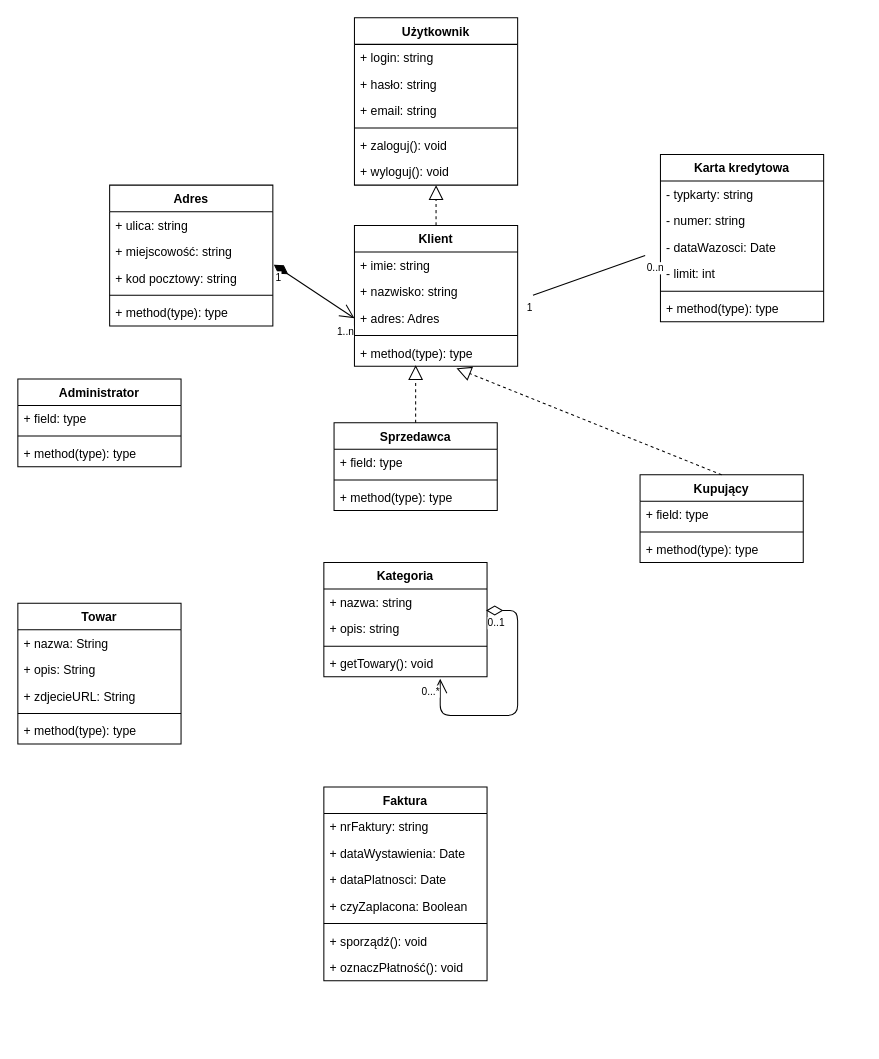
The draw.io diagram Diagram_klas.drawio in kamilmix/e-learning_UCD, before the edit. Source tidied: cells renumbered, new cells numbered last; positions are measured from the earlier drawing's top-left corner, leaving out a move shared by most shapes. Both pictures are drawn from the tidied source at 102%, with x=0, y=0 at pixel (17, 17).
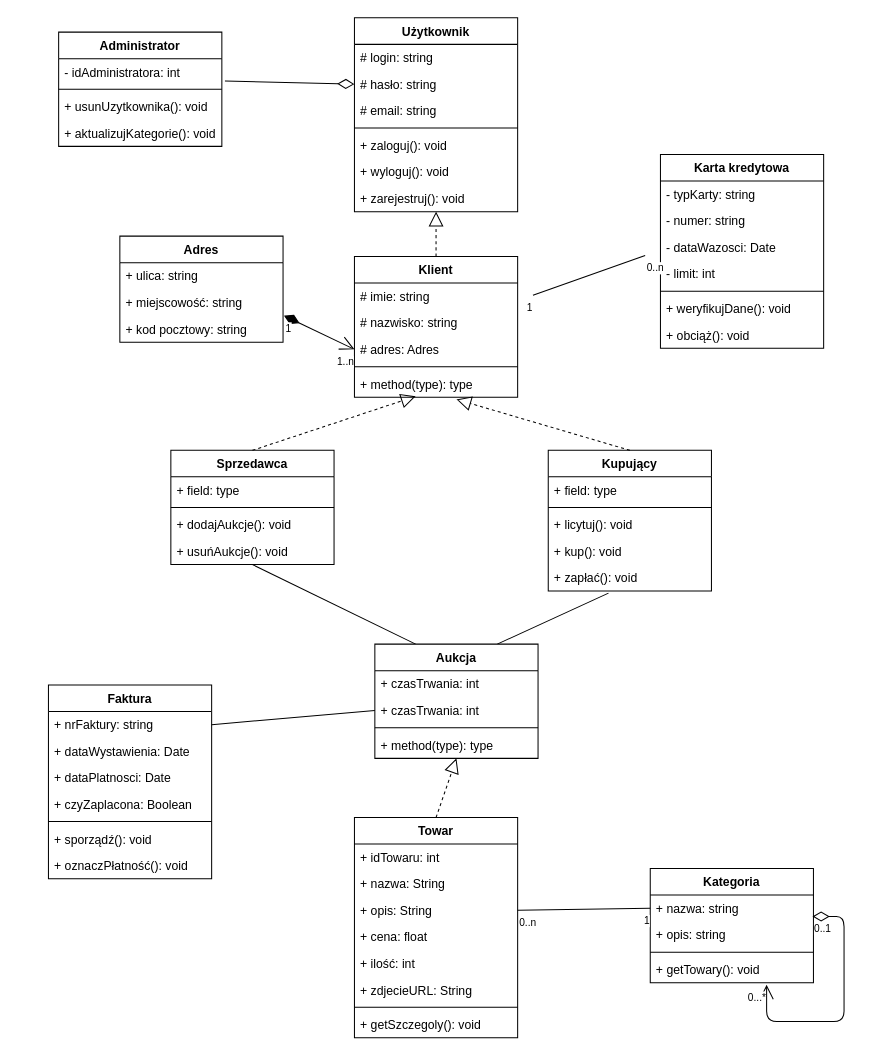
The same diagram, later.

The change refers to these unchanged cells:
```xml
<mxCell id="41" value="+ nazwa: string" style="text;strokeColor=none;fillColor=none;align=left;verticalAlign=top;spacingLeft=4;spacingRight=4;overflow=hidden;points=[[0,0.5],[1,0.5]];portConstraint=eastwest;" parent="40" vertex="1">
  <mxGeometry y="26" width="160" height="26" as="geometry" />
</mxCell>
<mxCell id="55" value="+ nrFaktury: string" style="text;strokeColor=none;fillColor=none;align=left;verticalAlign=top;spacingLeft=4;spacingRight=4;overflow=hidden;points=[[0,0.5],[1,0.5]];portConstraint=eastwest;" parent="54" vertex="1">
  <mxGeometry y="26" width="160" height="26" as="geometry" />
</mxCell>
```

What changed in the source:
```diff
@@
     <mxCell id="2" value="Użytkownik" style="swimlane;fontStyle=1;align=center;verticalAlign=top;horizontal=1;startSize=26;" parent="1" vertex="1">
-      <mxGeometry x="330" width="160" height="164" as="geometry" />
+      <mxGeometry x="330" width="160" height="190" as="geometry" />
     </mxCell>
-    <mxCell id="3" value="+ login: string&#10;" style="text;strokeColor=none;fillColor=none;align=left;verticalAlign=top;spacingLeft=4;spacingRight=4;overflow=hidden;" parent="2" vertex="1">
+    <mxCell id="3" value="# login: string&#10;" style="text;strokeColor=none;fillColor=none;align=left;verticalAlign=top;spacingLeft=4;spacingRight=4;overflow=hidden;" parent="2" vertex="1">
       <mxGeometry y="26" width="160" height="26" as="geometry" />
     </mxCell>
-    <mxCell id="4" value="+ hasło: string&#10;" style="text;strokeColor=none;fillColor=none;align=left;verticalAlign=top;spacingLeft=4;spacingRight=4;overflow=hidden;points=[[0,0.5],[1,0.5]];portConstraint=eastwest;" parent="2" vertex="1">
+    <mxCell id="4" value="# hasło: string&#10;" style="text;strokeColor=none;fillColor=none;align=left;verticalAlign=top;spacingLeft=4;spacingRight=4;overflow=hidden;points=[[0,0.5],[1,0.5]];portConstraint=eastwest;" parent="2" vertex="1">
       <mxGeometry y="52" width="160" height="26" as="geometry" />
     </mxCell>
-    <mxCell id="5" value="+ email: string&#10;" style="text;strokeColor=none;fillColor=none;align=left;verticalAlign=top;spacingLeft=4;spacingRight=4;overflow=hidden;" parent="2" vertex="1">
+    <mxCell id="5" value="# email: string&#10;" style="text;strokeColor=none;fillColor=none;align=left;verticalAlign=top;spacingLeft=4;spacingRight=4;overflow=hidden;" parent="2" vertex="1">
       <mxGeometry y="78" width="160" height="26" as="geometry" />
     </mxCell>
@@
+    <mxCell id="71" value="+ zarejestruj(): void" style="text;strokeColor=none;fillColor=none;align=left;verticalAlign=top;spacingLeft=4;spacingRight=4;overflow=hidden;" parent="2" vertex="1">
+      <mxGeometry y="164" width="160" height="26" as="geometry" />
+    </mxCell>
     <mxCell id="9" value="Adres" style="swimlane;fontStyle=1;align=center;verticalAlign=top;horizontal=1;startSize=26;" parent="1" vertex="1">
-      <mxGeometry x="90" y="164" width="160" height="138" as="geometry" />
+      <mxGeometry x="100" y="214" width="160" height="104" as="geometry" />
     </mxCell>
@@
-    <mxCell id="13" style="line;strokeWidth=1;fillColor=none;align=left;verticalAlign=middle;spacingTop=-1;spacingLeft=3;spacingRight=3;labelPosition=right;" parent="9" vertex="1">
-      <mxGeometry y="104" width="160" height="8" as="geometry" />
-    </mxCell>
-    <mxCell id="14" value="+ method(type): type" style="text;strokeColor=none;fillColor=none;align=left;verticalAlign=top;spacingLeft=4;spacingRight=4;overflow=hidden;" parent="9" vertex="1">
-      <mxGeometry y="112" width="160" height="26" as="geometry" />
-    </mxCell>
     <mxCell id="15" value="Karta kredytowa" style="swimlane;fontStyle=1;align=center;verticalAlign=top;horizontal=1;startSize=26;" parent="1" vertex="1">
-      <mxGeometry x="630" y="134" width="160" height="164" as="geometry" />
+      <mxGeometry x="630" y="134" width="160" height="190" as="geometry" />
     </mxCell>
-    <mxCell id="16" value="- typkarty: string" style="text;strokeColor=none;fillColor=none;align=left;verticalAlign=top;spacingLeft=4;spacingRight=4;overflow=hidden;" parent="15" vertex="1">
+    <mxCell id="16" value="- typKarty: string" style="text;strokeColor=none;fillColor=none;align=left;verticalAlign=top;spacingLeft=4;spacingRight=4;overflow=hidden;" parent="15" vertex="1">
       <mxGeometry y="26" width="160" height="26" as="geometry" />
     </mxCell>
@@
-    <mxCell id="21" value="+ method(type): type" style="text;strokeColor=none;fillColor=none;align=left;verticalAlign=top;spacingLeft=4;spacingRight=4;overflow=hidden;" parent="15" vertex="1">
+    <mxCell id="21" value="+ weryfikujDane(): void" style="text;strokeColor=none;fillColor=none;align=left;verticalAlign=top;spacingLeft=4;spacingRight=4;overflow=hidden;" parent="15" vertex="1">
       <mxGeometry y="138" width="160" height="26" as="geometry" />
     </mxCell>
+    <mxCell id="72" value="+ obciąż(): void" style="text;strokeColor=none;fillColor=none;align=left;verticalAlign=top;spacingLeft=4;spacingRight=4;overflow=hidden;" parent="15" vertex="1">
+      <mxGeometry y="164" width="160" height="26" as="geometry" />
+    </mxCell>
     <mxCell id="22" value="Administrator" style="swimlane;fontStyle=1;align=center;verticalAlign=top;horizontal=1;startSize=26;" parent="1" vertex="1">
-      <mxGeometry y="354" width="160" height="86" as="geometry" />
+      <mxGeometry x="40" y="14" width="160" height="112" as="geometry" />
     </mxCell>
-    <mxCell id="23" value="+ field: type" style="text;strokeColor=none;fillColor=none;align=left;verticalAlign=top;spacingLeft=4;spacingRight=4;overflow=hidden;points=[[0,0.5],[1,0.5]];portConstraint=eastwest;" parent="22" vertex="1">
+    <mxCell id="23" value="- idAdministratora: int" style="text;strokeColor=none;fillColor=none;align=left;verticalAlign=top;spacingLeft=4;spacingRight=4;overflow=hidden;points=[[0,0.5],[1,0.5]];portConstraint=eastwest;" parent="22" vertex="1">
       <mxGeometry y="26" width="160" height="26" as="geometry" />
     </mxCell>
@@
-    <mxCell id="25" value="+ method(type): type" style="text;strokeColor=none;fillColor=none;align=left;verticalAlign=top;spacingLeft=4;spacingRight=4;overflow=hidden;" parent="22" vertex="1">
+    <mxCell id="25" value="+ usunUzytkownika(): void" style="text;strokeColor=none;fillColor=none;align=left;verticalAlign=top;spacingLeft=4;spacingRight=4;overflow=hidden;" parent="22" vertex="1">
       <mxGeometry y="60" width="160" height="26" as="geometry" />
     </mxCell>
+    <mxCell id="73" value="+ aktualizujKategorie(): void" style="text;strokeColor=none;fillColor=none;align=left;verticalAlign=top;spacingLeft=4;spacingRight=4;overflow=hidden;" parent="22" vertex="1">
+      <mxGeometry y="86" width="160" height="26" as="geometry" />
+    </mxCell>
     <mxCell id="26" value="Klient" style="swimlane;fontStyle=1;align=center;verticalAlign=top;horizontal=1;startSize=26;" parent="1" vertex="1">
-      <mxGeometry x="330" y="203.5" width="160" height="138" as="geometry" />
+      <mxGeometry x="330" y="234" width="160" height="138" as="geometry" />
     </mxCell>
-    <mxCell id="27" value="+ imie: string" style="text;strokeColor=none;fillColor=none;align=left;verticalAlign=top;spacingLeft=4;spacingRight=4;overflow=hidden;" parent="26" vertex="1">
+    <mxCell id="27" value="# imie: string" style="text;strokeColor=none;fillColor=none;align=left;verticalAlign=top;spacingLeft=4;spacingRight=4;overflow=hidden;" parent="26" vertex="1">
       <mxGeometry y="26" width="160" height="26" as="geometry" />
     </mxCell>
-    <mxCell id="28" value="+ nazwisko: string" style="text;strokeColor=none;fillColor=none;align=left;verticalAlign=top;spacingLeft=4;spacingRight=4;overflow=hidden;" parent="26" vertex="1">
+    <mxCell id="28" value="# nazwisko: string" style="text;strokeColor=none;fillColor=none;align=left;verticalAlign=top;spacingLeft=4;spacingRight=4;overflow=hidden;" parent="26" vertex="1">
       <mxGeometry y="52" width="160" height="26" as="geometry" />
     </mxCell>
-    <mxCell id="29" value="+ adres: Adres" style="text;strokeColor=none;fillColor=none;align=left;verticalAlign=top;spacingLeft=4;spacingRight=4;overflow=hidden;points=[[0,0.5],[1,0.5]];portConstraint=eastwest;" parent="26" vertex="1">
+    <mxCell id="29" value="# adres: Adres" style="text;strokeColor=none;fillColor=none;align=left;verticalAlign=top;spacingLeft=4;spacingRight=4;overflow=hidden;points=[[0,0.5],[1,0.5]];portConstraint=eastwest;" parent="26" vertex="1">
       <mxGeometry y="78" width="160" height="26" as="geometry" />
     </mxCell>
@@
+    <mxCell id="74" style="edgeStyle=none;rounded=0;comic=0;jettySize=auto;html=1;exitX=0.5;exitY=1;exitDx=0;exitDy=0;entryX=0.25;entryY=0;entryDx=0;entryDy=0;shadow=0;startArrow=none;startFill=0;endArrow=none;endFill=0;targetPerimeterSpacing=10;" parent="1" edge="1" source="32" target="82">
+      <mxGeometry relative="1" as="geometry" />
+    </mxCell>
     <mxCell id="32" value="Sprzedawca" style="swimlane;fontStyle=1;align=center;verticalAlign=top;horizontal=1;startSize=26;" parent="1" vertex="1">
-      <mxGeometry x="310" y="397" width="160" height="86" as="geometry" />
+      <mxGeometry x="150" y="424" width="160" height="112" as="geometry" />
     </mxCell>
@@
-    <mxCell id="35" value="+ method(type): type" style="text;strokeColor=none;fillColor=none;align=left;verticalAlign=top;spacingLeft=4;spacingRight=4;overflow=hidden;" parent="32" vertex="1">
+    <mxCell id="35" value="+ dodajAukcje(): void" style="text;strokeColor=none;fillColor=none;align=left;verticalAlign=top;spacingLeft=4;spacingRight=4;overflow=hidden;" parent="32" vertex="1">
       <mxGeometry y="60" width="160" height="26" as="geometry" />
     </mxCell>
+    <mxCell id="75" value="+ usuńAukcje(): void" style="text;strokeColor=none;fillColor=none;align=left;verticalAlign=top;spacingLeft=4;spacingRight=4;overflow=hidden;" parent="32" vertex="1">
+      <mxGeometry y="86" width="160" height="26" as="geometry" />
+    </mxCell>
     <mxCell id="36" value="Kupujący" style="swimlane;fontStyle=1;align=center;verticalAlign=top;horizontal=1;startSize=26;" parent="1" vertex="1">
-      <mxGeometry x="610" y="448" width="160" height="86" as="geometry" />
+      <mxGeometry x="520" y="424" width="160" height="138" as="geometry" />
     </mxCell>
@@
-    <mxCell id="39" value="+ method(type): type" style="text;strokeColor=none;fillColor=none;align=left;verticalAlign=top;spacingLeft=4;spacingRight=4;overflow=hidden;" parent="36" vertex="1">
+    <mxCell id="39" value="+ licytuj(): void" style="text;strokeColor=none;fillColor=none;align=left;verticalAlign=top;spacingLeft=4;spacingRight=4;overflow=hidden;" parent="36" vertex="1">
       <mxGeometry y="60" width="160" height="26" as="geometry" />
     </mxCell>
+    <mxCell id="76" value="+ kup(): void" style="text;strokeColor=none;fillColor=none;align=left;verticalAlign=top;spacingLeft=4;spacingRight=4;overflow=hidden;" parent="36" vertex="1">
+      <mxGeometry y="86" width="160" height="26" as="geometry" />
+    </mxCell>
+    <mxCell id="77" value="+ zapłać(): void" style="text;strokeColor=none;fillColor=none;align=left;verticalAlign=top;spacingLeft=4;spacingRight=4;overflow=hidden;points=[[0,0.5],[1,0.5]];portConstraint=eastwest;" parent="36" vertex="1">
+      <mxGeometry y="112" width="160" height="26" as="geometry" />
+    </mxCell>
     <mxCell id="40" value="Kategoria" style="swimlane;fontStyle=1;align=center;verticalAlign=top;horizontal=1;startSize=26;" parent="1" vertex="1">
-      <mxGeometry x="300" y="534" width="160" height="112" as="geometry" />
+      <mxGeometry x="620" y="834" width="160" height="112" as="geometry" />
     </mxCell>
@@
     <mxCell id="48" value="Towar" style="swimlane;fontStyle=1;align=center;verticalAlign=top;horizontal=1;startSize=26;" parent="1" vertex="1">
-      <mxGeometry y="574" width="160" height="138" as="geometry" />
+      <mxGeometry x="330" y="784" width="160" height="216" as="geometry" />
     </mxCell>
-    <mxCell id="49" value="+ nazwa: String" style="text;strokeColor=none;fillColor=none;align=left;verticalAlign=top;spacingLeft=4;spacingRight=4;overflow=hidden;" parent="48" vertex="1">
+    <mxCell id="49" value="+ idTowaru: int" style="text;strokeColor=none;fillColor=none;align=left;verticalAlign=top;spacingLeft=4;spacingRight=4;overflow=hidden;" parent="48" vertex="1">
       <mxGeometry y="26" width="160" height="26" as="geometry" />
     </mxCell>
+    <mxCell id="78" value="+ nazwa: String" style="text;strokeColor=none;fillColor=none;align=left;verticalAlign=top;spacingLeft=4;spacingRight=4;overflow=hidden;" parent="48" vertex="1">
+      <mxGeometry y="52" width="160" height="26" as="geometry" />
+    </mxCell>
     <mxCell id="50" value="+ opis: String" style="text;strokeColor=none;fillColor=none;align=left;verticalAlign=top;spacingLeft=4;spacingRight=4;overflow=hidden;points=[[0,0.5],[1,0.5]];portConstraint=eastwest;" parent="48" vertex="1">
-      <mxGeometry y="52" width="160" height="26" as="geometry" />
+      <mxGeometry y="78" width="160" height="26" as="geometry" />
     </mxCell>
+    <mxCell id="79" value="+ cena: float" style="text;strokeColor=none;fillColor=none;align=left;verticalAlign=top;spacingLeft=4;spacingRight=4;overflow=hidden;" parent="48" vertex="1">
+      <mxGeometry y="104" width="160" height="26" as="geometry" />
+    </mxCell>
+    <mxCell id="80" value="+ ilość: int" style="text;strokeColor=none;fillColor=none;align=left;verticalAlign=top;spacingLeft=4;spacingRight=4;overflow=hidden;" parent="48" vertex="1">
+      <mxGeometry y="130" width="160" height="26" as="geometry" />
+    </mxCell>
     <mxCell id="51" value="+ zdjecieURL: String" style="text;strokeColor=none;fillColor=none;align=left;verticalAlign=top;spacingLeft=4;spacingRight=4;overflow=hidden;" parent="48" vertex="1">
-      <mxGeometry y="78" width="160" height="26" as="geometry" />
+      <mxGeometry y="156" width="160" height="26" as="geometry" />
     </mxCell>
     <mxCell id="52" style="line;strokeWidth=1;fillColor=none;align=left;verticalAlign=middle;spacingTop=-1;spacingLeft=3;spacingRight=3;labelPosition=right;" parent="48" vertex="1">
-      <mxGeometry y="104" width="160" height="8" as="geometry" />
+      <mxGeometry y="182" width="160" height="8" as="geometry" />
     </mxCell>
-    <mxCell id="53" value="+ method(type): type" style="text;strokeColor=none;fillColor=none;align=left;verticalAlign=top;spacingLeft=4;spacingRight=4;overflow=hidden;" parent="48" vertex="1">
-      <mxGeometry y="112" width="160" height="26" as="geometry" />
+    <mxCell id="53" value="+ getSzczegoly(): void" style="text;strokeColor=none;fillColor=none;align=left;verticalAlign=top;spacingLeft=4;spacingRight=4;overflow=hidden;" parent="48" vertex="1">
+      <mxGeometry y="190" width="160" height="26" as="geometry" />
     </mxCell>
     <mxCell id="54" value="Faktura" style="swimlane;fontStyle=1;align=center;verticalAlign=top;horizontal=1;startSize=26;" parent="1" vertex="1">
-      <mxGeometry x="300" y="754" width="160" height="190" as="geometry" />
+      <mxGeometry x="30" y="654" width="160" height="190" as="geometry" />
     </mxCell>
@@
+    <mxCell id="81" style="edgeStyle=none;rounded=0;comic=0;jettySize=auto;html=1;exitX=0.75;exitY=0;exitDx=0;exitDy=0;entryX=0.369;entryY=1.077;entryDx=0;entryDy=0;entryPerimeter=0;shadow=0;startArrow=none;startFill=0;endArrow=none;endFill=0;targetPerimeterSpacing=10;" parent="1" edge="1" source="82" target="77">
+      <mxGeometry relative="1" as="geometry" />
+    </mxCell>
+    <mxCell id="82" value="Aukcja" style="swimlane;fontStyle=1;align=center;verticalAlign=top;horizontal=1;startSize=26;" parent="1" vertex="1">
+      <mxGeometry x="350" y="614" width="160" height="112" as="geometry" />
+    </mxCell>
+    <mxCell id="83" value="+ czasTrwania: int" style="text;strokeColor=none;fillColor=none;align=left;verticalAlign=top;spacingLeft=4;spacingRight=4;overflow=hidden;" parent="82" vertex="1">
+      <mxGeometry y="26" width="160" height="26" as="geometry" />
+    </mxCell>
+    <mxCell id="84" value="+ czasTrwania: int" style="text;strokeColor=none;fillColor=none;align=left;verticalAlign=top;spacingLeft=4;spacingRight=4;overflow=hidden;points=[[0,0.5],[1,0.5]];portConstraint=eastwest;" parent="82" vertex="1">
+      <mxGeometry y="52" width="160" height="26" as="geometry" />
+    </mxCell>
+    <mxCell id="85" style="line;strokeWidth=1;fillColor=none;align=left;verticalAlign=middle;spacingTop=-1;spacingLeft=3;spacingRight=3;labelPosition=right;" parent="82" vertex="1">
+      <mxGeometry y="78" width="160" height="8" as="geometry" />
+    </mxCell>
+    <mxCell id="14" value="+ method(type): type" style="text;strokeColor=none;fillColor=none;align=left;verticalAlign=top;spacingLeft=4;spacingRight=4;overflow=hidden;" parent="82" vertex="1">
+      <mxGeometry y="86" width="160" height="26" as="geometry" />
+    </mxCell>
+    <mxCell id="86" style="endArrow=none;html=1;endSize=12;startArrow=diamondThin;startSize=14;startFill=0;align=left;verticalAlign=bottom;shadow=0;entryX=1.019;entryY=0.846;entryDx=0;entryDy=0;entryPerimeter=0;endFill=0;exitX=0;exitY=0.5;exitDx=0;exitDy=0;" parent="1" edge="1" source="4" target="23">
+      <mxGeometry x="-1" y="3" relative="1" as="geometry" />
+    </mxCell>
+    <mxCell id="87" style="endArrow=none;html=1;endSize=12;startArrow=none;startSize=14;startFill=0;shadow=0;endFill=0;targetPerimeterSpacing=10;entryX=0;entryY=0.5;entryDx=0;entryDy=0;exitX=1;exitY=0.5;exitDx=0;exitDy=0;" parent="1" edge="1" source="50" target="41">
+      <mxGeometry relative="1" as="geometry" />
+    </mxCell>
+    <mxCell id="88" value="0..n" style="html=1;align=left;verticalAlign=top;labelBackgroundColor=#ffffff;fontSize=10;" parent="87" vertex="1">
+      <mxGeometry x="-1" relative="1" as="geometry" />
+    </mxCell>
+    <mxCell id="89" value="1" style="html=1;align=right;verticalAlign=top;labelBackgroundColor=#ffffff;fontSize=10;" parent="87" vertex="1">
+      <mxGeometry x="1" relative="1" as="geometry" />
+    </mxCell>
+    <mxCell id="90" style="endArrow=block;dashed=1;endFill=0;endSize=12;html=1;exitX=0.5;exitY=0;exitDx=0;exitDy=0;entryX=0.5;entryY=1;entryDx=0;entryDy=0;" parent="1" edge="1" source="48" target="82">
+      <mxGeometry relative="1" as="geometry" />
+    </mxCell>
+    <mxCell id="91" style="edgeStyle=none;rounded=0;comic=0;jettySize=auto;html=1;exitX=1;exitY=0.5;exitDx=0;exitDy=0;entryX=0;entryY=0.5;entryDx=0;entryDy=0;shadow=0;startArrow=none;startFill=0;endArrow=none;endFill=0;targetPerimeterSpacing=10;" parent="1" edge="1" source="55" target="84">
+      <mxGeometry relative="1" as="geometry" />
+    </mxCell>
```
